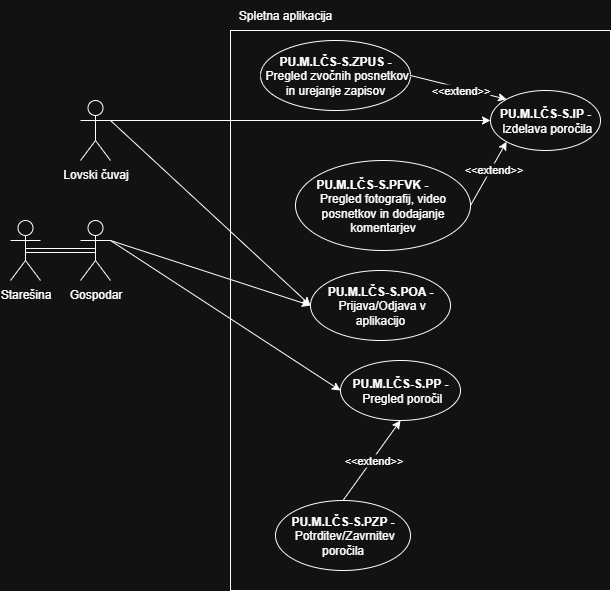
ErnestISv/Lovstvo keeps this draw.io diagram as Lovski cuvaj-Spletna aplikacija.drawio.png. Above is the earlier version. Source tidied: cells renumbered, new cells last; positions are measured from the earlier drawing's top-left corner, leaving out a move shared by most shapes.
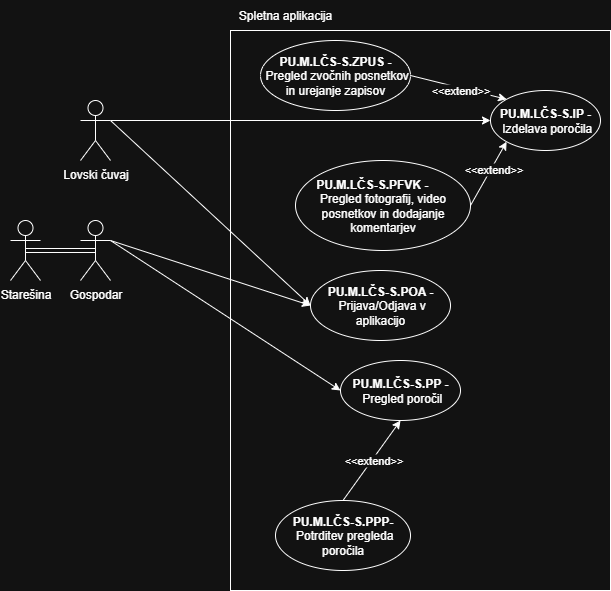
Above is the later version.

What changed in the source:
```diff
@@ -26,7 +26,7 @@
     <mxCell id="9" style="endArrow=classic;html=1;rounded=0;exitX=1;exitY=0.3333333333333333;exitDx=0;exitDy=0;exitPerimeter=0;entryX=0;entryY=0.5;entryDx=0;entryDy=0;" parent="1" edge="1" source="5" target="8">
       <mxGeometry relative="1" as="geometry" />
     </mxCell>
-    <mxCell id="10" value="&lt;div&gt;&lt;span style=&quot;background-color: transparent;&quot;&gt;&lt;b&gt;PU.M.LČS-S&lt;/b&gt;&lt;/span&gt;&lt;span style=&quot;background-color: transparent;&quot;&gt;&lt;b&gt;.PZP -&amp;nbsp;&lt;/b&gt;&lt;/span&gt;&lt;span style=&quot;background-color: transparent; color: light-dark(rgb(0, 0, 0), rgb(255, 255, 255));&quot;&gt;Potrditev/Zavrnitev poročila&lt;/span&gt;&lt;/div&gt;" style="ellipse;whiteSpace=wrap;html=1;" parent="1" vertex="1">
+    <mxCell id="10" value="&lt;div&gt;&lt;span style=&quot;background-color: transparent;&quot;&gt;&lt;b&gt;PU.M.LČS-S&lt;/b&gt;&lt;/span&gt;&lt;span style=&quot;background-color: transparent;&quot;&gt;&lt;b&gt;.PPP-&amp;nbsp;&lt;/b&gt;&lt;/span&gt;&lt;span style=&quot;background-color: transparent; color: light-dark(rgb(0, 0, 0), rgb(255, 255, 255));&quot;&gt;Potrditev pregleda poročila&lt;/span&gt;&lt;/div&gt;" style="ellipse;whiteSpace=wrap;html=1;" parent="1" vertex="1">
       <mxGeometry x="265" y="500" width="135" height="70" as="geometry" />
     </mxCell>
     <mxCell id="11" value="Spletna aplikacija" style="text;html=1;align=center;verticalAlign=middle;whiteSpace=wrap;rounded=0;" parent="1" vertex="1">
```
